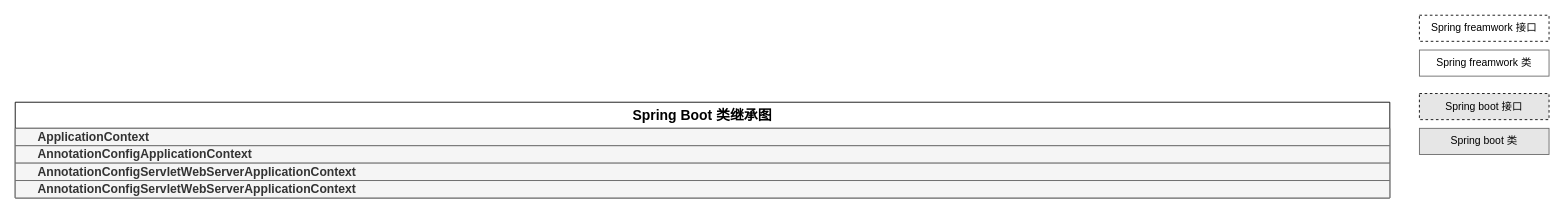
The draw.io diagram page "类继承图" (3 of 4) of spring-boot.drawio in ljq199612/diagram, before the edit. Source tidied: cells renumbered, new cells numbered last; positions are measured from the earlier drawing's top-left corner, leaving out a move shared by most shapes. Both pictures are drawn from the tidied source at 87%, with x=0, y=0 at pixel (15, 15).
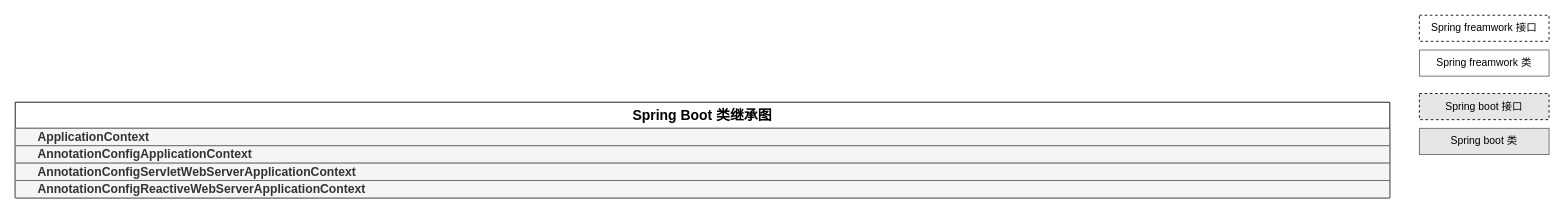
The same page after the edit.

Diff of the diagram source:
```diff
@@
 <mxGraphModel>
   <root>
     <mxCell id="0" />
     <mxCell id="1" parent="0" />
     <mxCell id="2" value="Spring freamwork 接口" style="html=1;whiteSpace=wrap;strokeWidth=1;dashed=1;" parent="1" vertex="1">
       <mxGeometry x="1614" width="149" height="30" as="geometry" />
     </mxCell>
     <mxCell id="3" value="Spring boot 接口" style="html=1;whiteSpace=wrap;strokeWidth=1;dashed=1;fillColor=#E6E6E6;" parent="1" vertex="1">
       <mxGeometry x="1614" y="90" width="149" height="30" as="geometry" />
     </mxCell>
     <mxCell id="4" value="Spring boot 类" style="html=1;whiteSpace=wrap;strokeWidth=1;fillColor=#E6E6E6;strokeColor=#666666;" parent="1" vertex="1">
       <mxGeometry x="1614" y="130" width="149" height="30" as="geometry" />
     </mxCell>
     <mxCell id="5" value="Spring freamwork 类" style="html=1;whiteSpace=wrap;strokeWidth=1;strokeColor=#666666;" parent="1" vertex="1">
       <mxGeometry x="1614" y="40" width="149" height="30" as="geometry" />
     </mxCell>
     <mxCell id="6" value="&lt;b&gt;&lt;font style=&quot;font-size: 16px;&quot;&gt;Spring Boot 类继承图&lt;/font&gt;&lt;/b&gt;" style="swimlane;fontStyle=0;horizontal=1;startSize=30;whiteSpace=wrap;html=1;" parent="1" vertex="1">
       <mxGeometry y="100" width="1580" height="110" as="geometry" />
     </mxCell>
     <mxCell id="7" value="&lt;font style=&quot;font-size: 14px;&quot;&gt;ApplicationContext&lt;/font&gt;" style="swimlane;whiteSpace=wrap;html=1;fillColor=#f5f5f5;fontColor=#333333;strokeColor=#666666;align=left;spacingLeft=24;" parent="6" vertex="1" collapsed="1">
       <mxGeometry y="30" width="1580" height="20" as="geometry" />
     </mxCell>
     <mxCell id="8" value="&lt;font style=&quot;font-size: 14px;&quot;&gt;AnnotationConfigApplicationContext&lt;/font&gt;" style="swimlane;whiteSpace=wrap;html=1;fillColor=#f5f5f5;fontColor=#333333;strokeColor=#666666;align=left;spacingLeft=24;" parent="6" vertex="1" collapsed="1">
       <mxGeometry y="50" width="1580" height="20" as="geometry" />
     </mxCell>
     <mxCell id="9" value="&lt;font style=&quot;font-size: 14px;&quot;&gt;AnnotationConfigServletWebServerApplicationContext&lt;/font&gt;" style="swimlane;whiteSpace=wrap;html=1;fillColor=#f5f5f5;fontColor=#333333;strokeColor=#666666;align=left;spacingLeft=24;" parent="6" vertex="1" collapsed="1">
       <mxGeometry y="70" width="1580" height="20" as="geometry" />
     </mxCell>
-    <mxCell id="10" value="&lt;font style=&quot;font-size: 14px;&quot;&gt;AnnotationConfigServletWebServerApplicationContext&lt;/font&gt;" style="swimlane;whiteSpace=wrap;html=1;fillColor=#f5f5f5;fontColor=#333333;strokeColor=#666666;align=left;spacingLeft=24;" parent="6" vertex="1" collapsed="1">
+    <mxCell id="10" value="&lt;font style=&quot;font-size: 14px;&quot;&gt;AnnotationConfigReactiveWebServerApplicationContext&lt;/font&gt;" style="swimlane;whiteSpace=wrap;html=1;fillColor=#f5f5f5;fontColor=#333333;strokeColor=#666666;align=left;spacingLeft=24;" parent="6" vertex="1" collapsed="1">
       <mxGeometry y="90" width="1580" height="20" as="geometry" />
     </mxCell>
   </root>
 </mxGraphModel>
```
